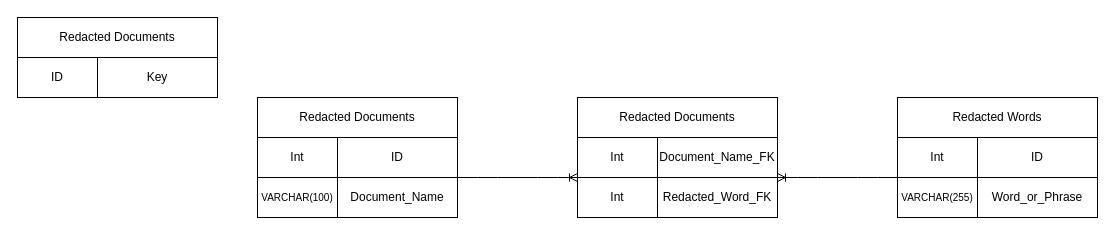
Earlier version of the draw.io diagram Untitled Diagram.drawio (KavenArango/MeltWater_Project). Source tidied: cells renumbered, new cells numbered last; positions are measured from the earlier drawing's top-left corner, leaving out a move shared by most shapes. Both pictures are drawn from the tidied source at 100%, with x=0, y=0 at pixel (17, 17).
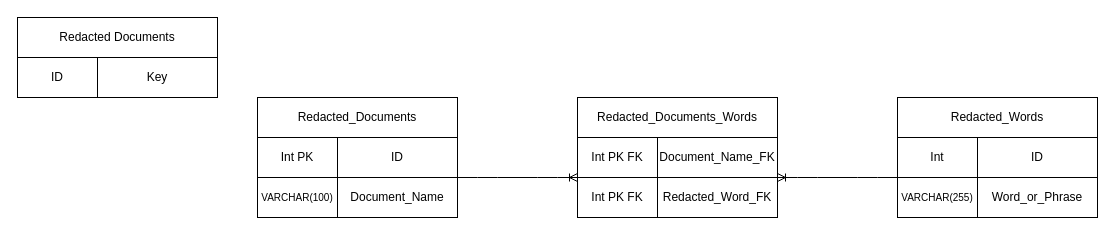
The same page after the edit.

Commit message:
Clearified table names and colmns

The change refers to these unchanged cells:
```xml
<mxCell id="4" style="group;" parent="3" vertex="1">
  <mxGeometry width="200" height="40" as="geometry" />
</mxCell>
<mxCell id="23" style="group;" parent="22" vertex="1">
  <mxGeometry width="200" height="40" as="geometry" />
</mxCell>
<mxCell id="31" style="group;" parent="30" vertex="1">
  <mxGeometry width="200" height="40" as="geometry" />
</mxCell>
```

Diff of the diagram source:
```diff
@@
-    <mxCell id="2" value="Redacted Documents" style="rounded=0;whiteSpace=wrap;html=1;" parent="1" vertex="1">
+    <mxCell id="2" value="Redacted_Documents" style="rounded=0;whiteSpace=wrap;html=1;" parent="1" vertex="1">
       <mxGeometry x="240" y="80" width="200" height="40" as="geometry" />
     </mxCell>
@@
-    <mxCell id="6" value="Int" style="text;html=1;strokeColor=none;fillColor=none;align=center;verticalAlign=middle;whiteSpace=wrap;rounded=0;" parent="4" vertex="1">
+    <mxCell id="6" value="Int PK" style="text;html=1;strokeColor=none;fillColor=none;align=center;verticalAlign=middle;whiteSpace=wrap;rounded=0;" parent="4" vertex="1">
       <mxGeometry width="80" height="40" as="geometry" />
     </mxCell>
@@
-    <mxCell id="25" value="Int" style="text;html=1;strokeColor=none;fillColor=none;align=center;verticalAlign=middle;whiteSpace=wrap;rounded=0;" parent="23" vertex="1">
+    <mxCell id="25" value="Int PK FK" style="text;html=1;strokeColor=none;fillColor=none;align=center;verticalAlign=middle;whiteSpace=wrap;rounded=0;" parent="23" vertex="1">
       <mxGeometry width="80" height="40" as="geometry" />
     </mxCell>
@@
-    <mxCell id="28" value="Redacted Words" style="rounded=0;whiteSpace=wrap;html=1;" parent="1" vertex="1">
+    <mxCell id="28" value="Redacted_Words" style="rounded=0;whiteSpace=wrap;html=1;" parent="1" vertex="1">
       <mxGeometry x="880" y="80" width="200" height="40" as="geometry" />
     </mxCell>
-    <mxCell id="29" value="Redacted Documents" style="rounded=0;whiteSpace=wrap;html=1;" parent="1" vertex="1">
+    <mxCell id="29" value="Redacted_Documents_Words" style="rounded=0;whiteSpace=wrap;html=1;" parent="1" vertex="1">
       <mxGeometry x="560" y="80" width="200" height="40" as="geometry" />
     </mxCell>
@@
-    <mxCell id="33" value="Int" style="text;html=1;strokeColor=none;fillColor=none;align=center;verticalAlign=middle;whiteSpace=wrap;rounded=0;" parent="31" vertex="1">
+    <mxCell id="33" value="Int PK FK" style="text;html=1;strokeColor=none;fillColor=none;align=center;verticalAlign=middle;whiteSpace=wrap;rounded=0;" parent="31" vertex="1">
       <mxGeometry width="80" height="40" as="geometry" />
     </mxCell>
```
